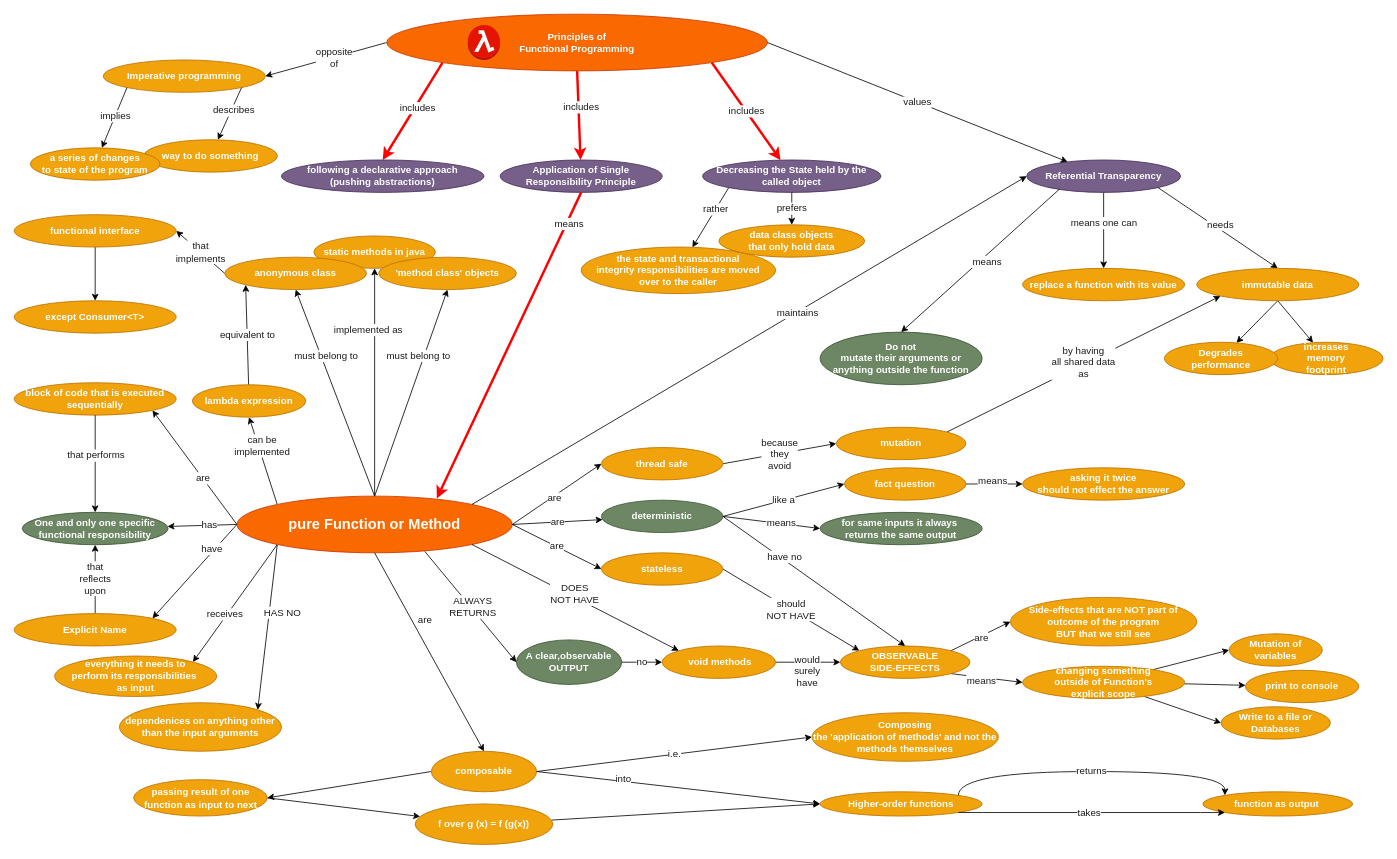
The draw.io diagram page "Page-6" (5 of 6) of Java Collection Framework Data Structures.drawio in gaurjain/drawio, before the edit. Source tidied: cells renumbered, new cells numbered last; positions are measured from the earlier drawing's top-left corner, leaving out a move shared by most shapes. Both pictures are drawn from the tidied source at 81%, with x=0, y=0 at pixel (14, 14).
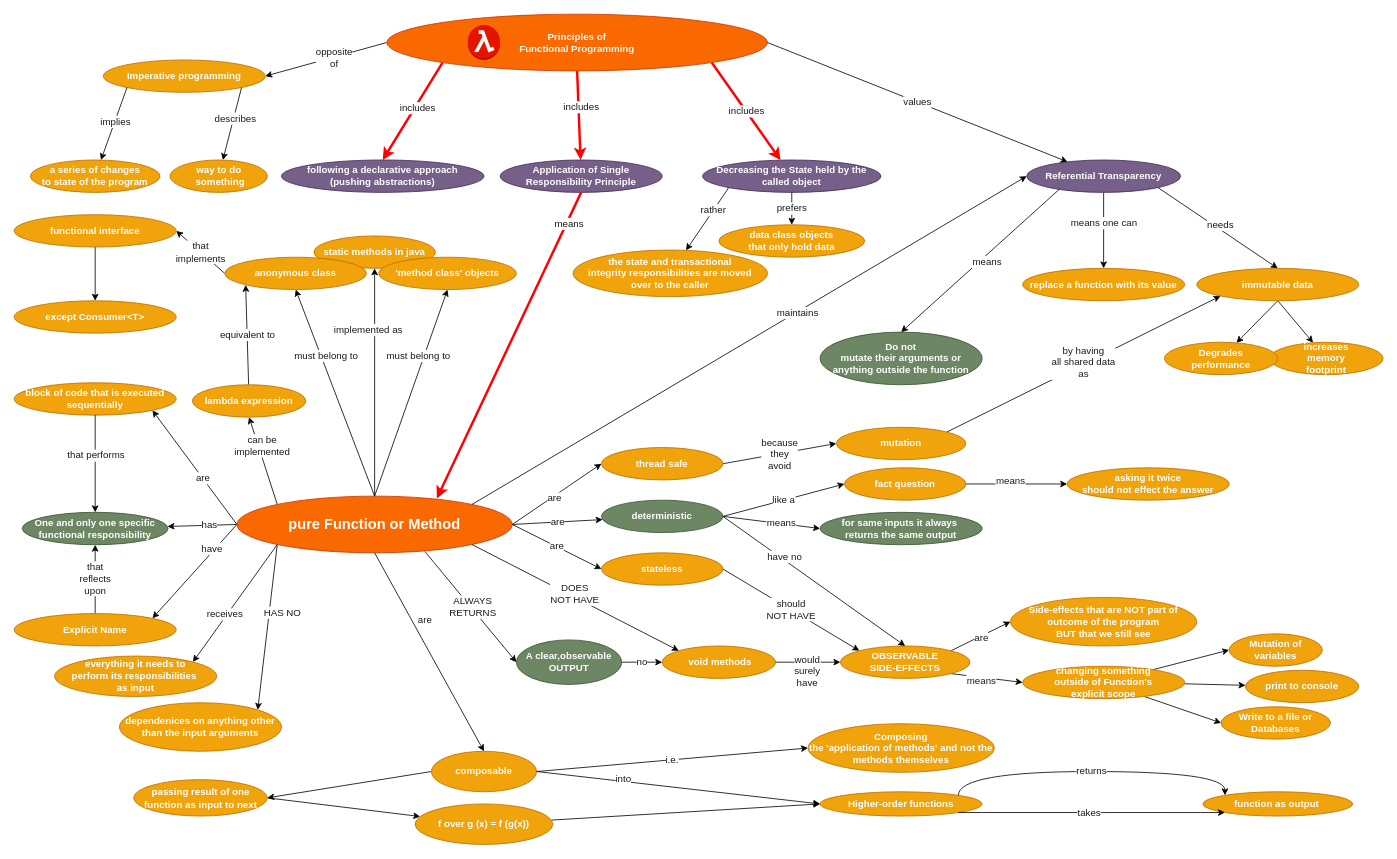
After the change.

Change to the diagram source:
```diff
@@
-    <mxCell id="45" value="way to do something" style="ellipse;whiteSpace=wrap;html=1;labelBackgroundColor=none;strokeColor=#BD7000;fontSize=12;fontColor=#ffffff;align=center;fillColor=#f0a30a;fontStyle=1;" parent="1" vertex="1">
-      <mxGeometry x="160" y="155" width="165" height="40" as="geometry" />
+    <mxCell id="45" value="way to do&lt;br&gt;&amp;nbsp;something" style="ellipse;whiteSpace=wrap;html=1;labelBackgroundColor=none;strokeColor=#BD7000;fontSize=12;fontColor=#ffffff;align=center;fillColor=#f0a30a;fontStyle=1;" parent="1" vertex="1">
+      <mxGeometry x="192.5" y="180" width="120" height="40" as="geometry" />
     </mxCell>
     <mxCell id="46" value="a series of changes &lt;br&gt;to state of the program" style="ellipse;whiteSpace=wrap;html=1;labelBackgroundColor=none;strokeColor=#BD7000;fontSize=12;fontColor=#ffffff;align=center;fillColor=#f0a30a;fontStyle=1;" parent="1" vertex="1">
-      <mxGeometry x="20" y="165" width="160" height="40" as="geometry" />
+      <mxGeometry x="20" y="180" width="160" height="40" as="geometry" />
     </mxCell>
@@
     <mxCell id="60" value="the state and transactional &lt;br&gt;integrity responsibilities are moved &lt;br&gt;over to the caller" style="ellipse;whiteSpace=wrap;html=1;labelBackgroundColor=none;strokeColor=#BD7000;fontSize=12;fontColor=#ffffff;align=center;fillColor=#f0a30a;fontStyle=1;" parent="1" vertex="1">
-      <mxGeometry x="700" y="287.5" width="240" height="57.5" as="geometry" />
+      <mxGeometry x="690" y="291.2" width="240" height="57.5" as="geometry" />
     </mxCell>
@@
     <mxCell id="81" value="asking it twice &lt;br&gt;should not effect the answer" style="ellipse;whiteSpace=wrap;html=1;labelBackgroundColor=none;strokeColor=#BD7000;fontSize=12;fontColor=#ffffff;align=center;fillColor=#f0a30a;fontStyle=1;" parent="1" vertex="1">
-      <mxGeometry x="1245" y="560" width="200" height="40" as="geometry" />
+      <mxGeometry x="1300" y="560" width="200" height="40" as="geometry" />
     </mxCell>
@@
     <mxCell id="125" value="Composing &lt;br&gt;the 'application of methods' and not the methods themselves" style="ellipse;whiteSpace=wrap;html=1;labelBackgroundColor=none;strokeColor=#BD7000;fontSize=12;fontColor=#ffffff;align=center;fillColor=#f0a30a;fontStyle=1;" parent="1" vertex="1">
-      <mxGeometry x="985" y="862.4" width="230" height="60" as="geometry" />
+      <mxGeometry x="980" y="876" width="230" height="60" as="geometry" />
     </mxCell>
```
